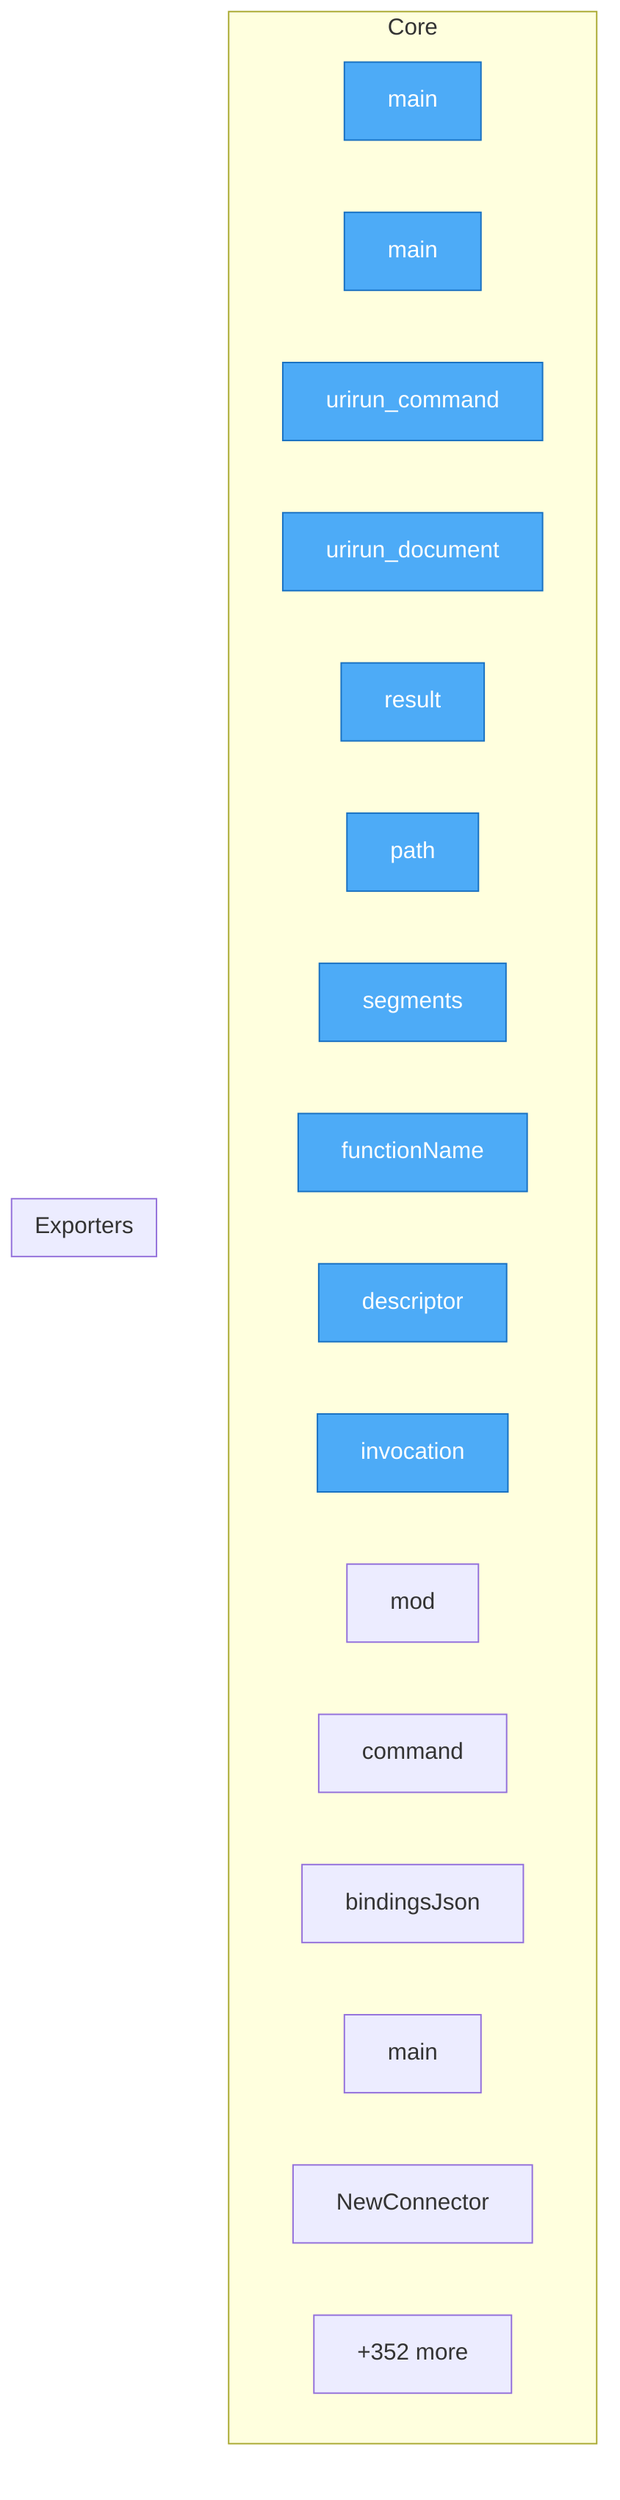
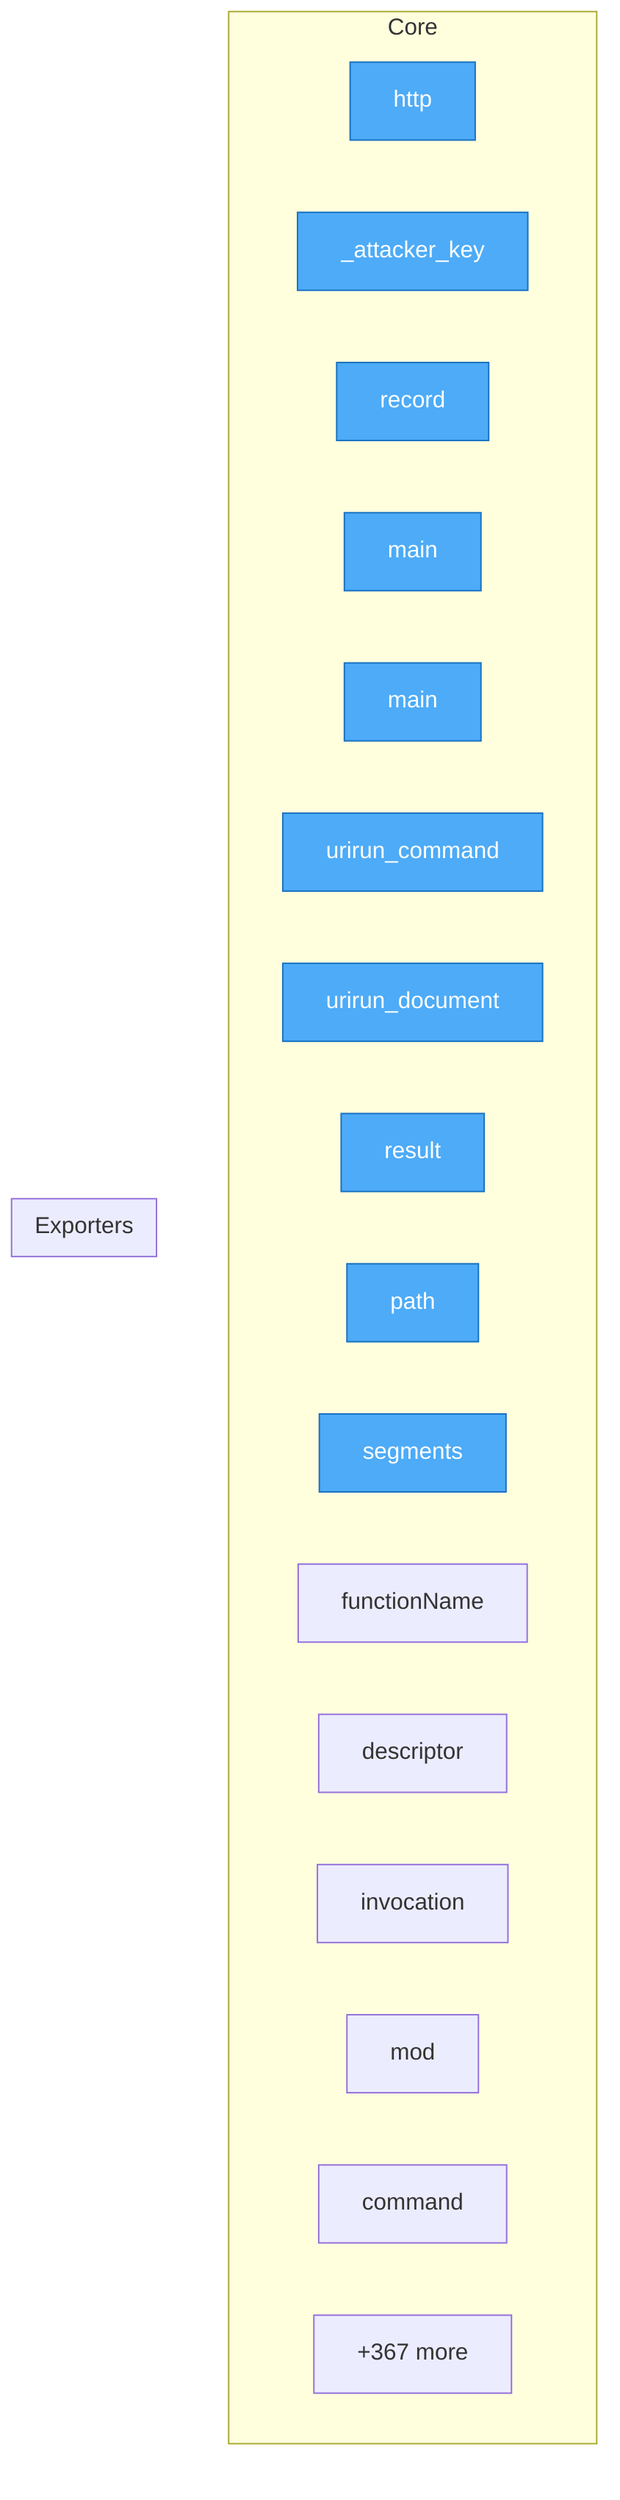
flowchart TD
%% generated in 0.02s

    %% Entry points (blue)
    classDef entry fill:#4dabf7,stroke:#1971c2,color:#fff

    subgraph Core
+         security__mesh_probe__probe__http["http"]
+         security__mesh_probe__probe___attacker_key["_attacker_key"]
+         security__mesh_probe__probe__record["record"]
        adapters__conformance__main["main"]
        adapters__new_connector__main["main"]
        adapters__bash__urirun__urirun_command["urirun_command"]
        adapters__bash__urirun__urirun_document["urirun_document"]
        adapters__js__index__test__result["result"]
        adapters__js__path["path"]
        adapters__js__segments["segments"]
        adapters__js__functionName["functionName"]
        adapters__js__descriptor["descriptor"]
        adapters__js__invocation["invocation"]
        adapters__js__mod["mod"]
        adapters__java__Urirun__Urirun__command["command"]
-         adapters__java__Urirun__Urirun__bindingsJson["bindingsJson"]
-         adapters__java__example__HashConnector__HashConnector__main["main"]
-         adapters__go__urirun__NewConnector["NewConnector"]
-         ...["+352 more"]
+         ...["+367 more"]
    end

    subgraph Exporters
    end

-     class adapters__conformance__main,adapters__new_connector__main,adapters__bash__urirun__urirun_command,adapters__bash__urirun__urirun_document,adapters__js__index__test__result,adapters__js__path,adapters__js__segments,adapters__js__functionName,adapters__js__descriptor,adapters__js__invocation entry
+     class security__mesh_probe__probe__http,security__mesh_probe__probe___attacker_key,security__mesh_probe__probe__record,adapters__conformance__main,adapters__new_connector__main,adapters__bash__urirun__urirun_command,adapters__bash__urirun__urirun_document,adapters__js__index__test__result,adapters__js__path,adapters__js__segments entry
